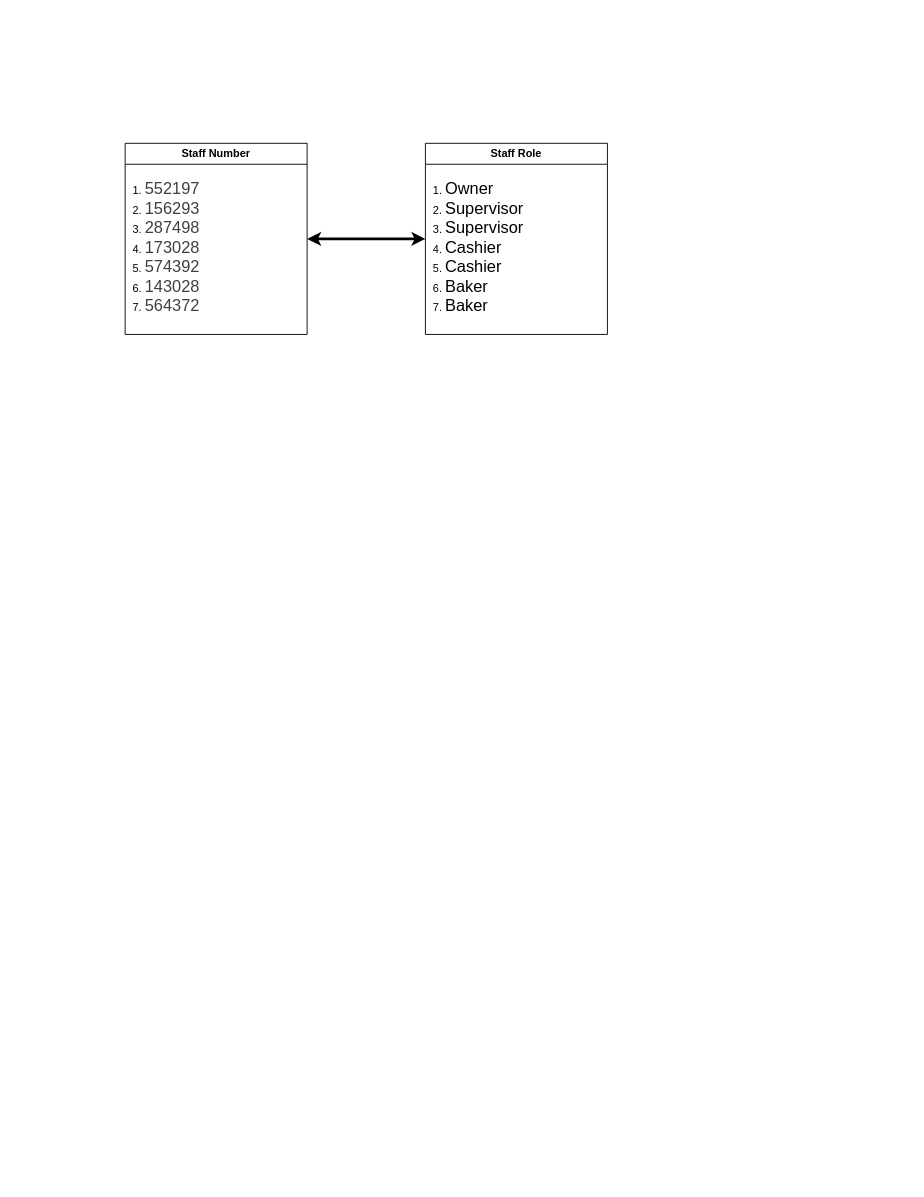
This is Conceptual_bakery.drawio from Kandor685/kayden-code, a draw.io file, before an edit. Source tidied: cells renumbered, new cells numbered last; positions are measured from the earlier drawing's top-left corner, leaving out a move shared by most shapes. Both pictures are drawn from the tidied source at 91%, with x=0, y=0 at pixel (106, 143).
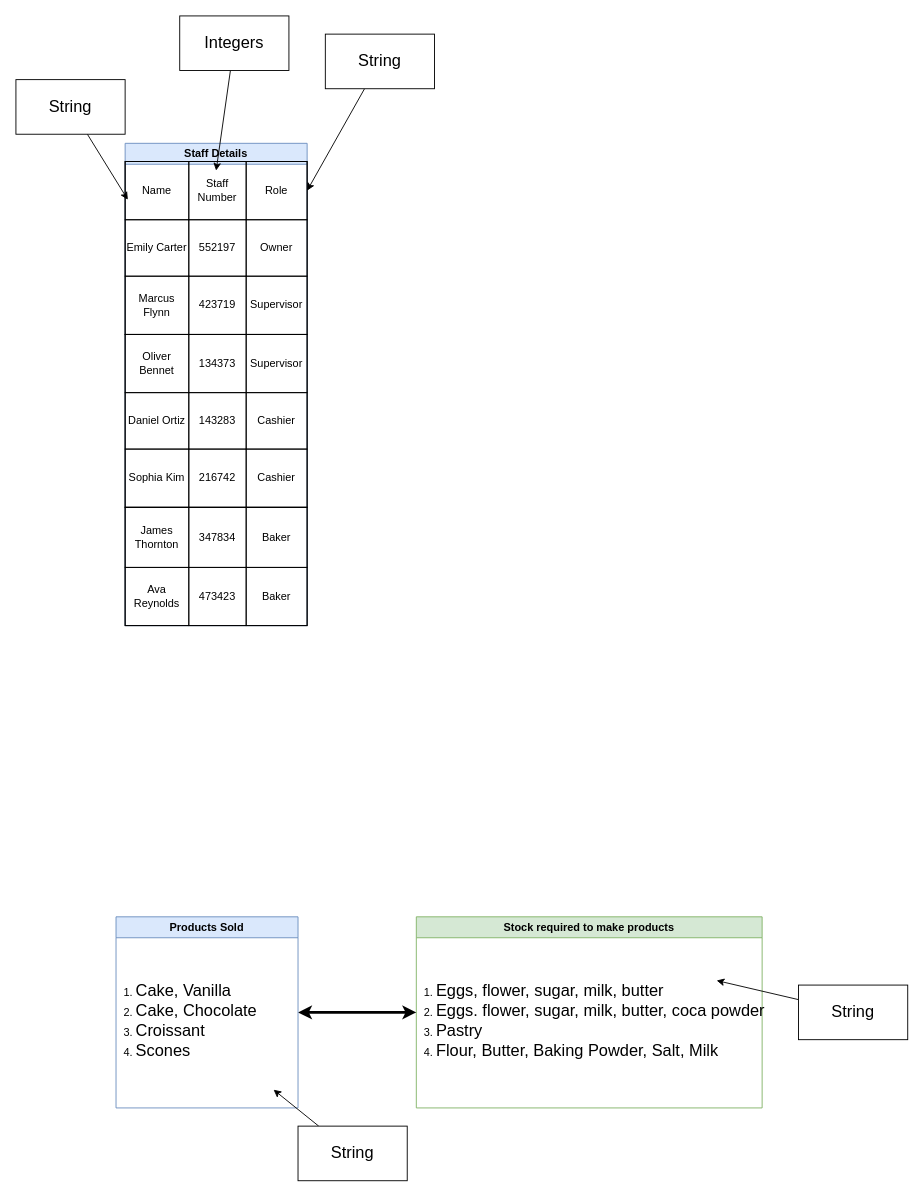
After the change.

What changed in the source:
```diff
@@
-    <mxCell id="2" value="Staff Role" style="swimlane;whiteSpace=wrap;html=1;" parent="1" vertex="1">
-      <mxGeometry x="350" width="200" height="210" as="geometry" />
-    </mxCell>
-    <mxCell id="3" value="&lt;ol&gt;&lt;li&gt;&lt;font style=&quot;font-size: 18px;&quot;&gt;Owner&lt;/font&gt;&lt;/li&gt;&lt;li&gt;&lt;font style=&quot;font-size: 18px;&quot;&gt;Supervisor&lt;/font&gt;&lt;/li&gt;&lt;li&gt;&lt;font style=&quot;font-size: 18px;&quot;&gt;Supervisor&lt;/font&gt;&lt;/li&gt;&lt;li&gt;&lt;font style=&quot;font-size: 18px;&quot;&gt;Cashier&lt;/font&gt;&lt;/li&gt;&lt;li&gt;&lt;font style=&quot;font-size: 18px;&quot;&gt;Cashier&lt;/font&gt;&lt;/li&gt;&lt;li&gt;&lt;font style=&quot;font-size: 18px;&quot;&gt;Baker&lt;/font&gt;&lt;/li&gt;&lt;li&gt;&lt;font style=&quot;font-size: 18px;&quot;&gt;Baker&lt;/font&gt;&lt;/li&gt;&lt;/ol&gt;" style="text;html=1;align=left;verticalAlign=middle;strokeColor=none;fillColor=none;" parent="2" vertex="1">
-      <mxGeometry x="-20" width="150" height="230" as="geometry" />
-    </mxCell>
-    <mxCell id="4" style="edgeStyle=none;html=1;entryX=0;entryY=0.5;entryDx=0;entryDy=0;startArrow=classic;startFill=1;strokeWidth=3;" parent="1" edge="1" source="5" target="2">
-      <mxGeometry relative="1" as="geometry" />
-    </mxCell>
-    <mxCell id="5" value="Staff Number" style="swimlane;whiteSpace=wrap;html=1;" parent="1" vertex="1">
-      <mxGeometry x="20" width="200" height="210" as="geometry" />
+    <mxCell id="5" value="Staff Details" style="swimlane;whiteSpace=wrap;html=1;fillColor=#dae8fc;strokeColor=#6c8ebf;" parent="1" vertex="1">
+      <mxGeometry x="20" width="200" height="530" as="geometry" />
     </mxCell>
-    <mxCell id="6" value="&lt;ol&gt;&lt;li&gt;&lt;span style=&quot;color: rgb(63, 63, 63); background-color: transparent;&quot;&gt;&lt;font style=&quot;font-size: 18px;&quot;&gt;552197&lt;/font&gt;&lt;/span&gt;&lt;/li&gt;&lt;li&gt;&lt;span style=&quot;color: rgb(63, 63, 63); background-color: transparent;&quot;&gt;&lt;font style=&quot;font-size: 18px;&quot;&gt;156293&lt;/font&gt;&lt;/span&gt;&lt;/li&gt;&lt;li&gt;&lt;span style=&quot;color: rgb(63, 63, 63); background-color: transparent;&quot;&gt;&lt;font style=&quot;font-size: 18px;&quot;&gt;287498&lt;/font&gt;&lt;/span&gt;&lt;/li&gt;&lt;li&gt;&lt;span style=&quot;color: rgb(63, 63, 63); background-color: transparent;&quot;&gt;&lt;font style=&quot;font-size: 18px;&quot;&gt;173028&lt;/font&gt;&lt;/span&gt;&lt;/li&gt;&lt;li&gt;&lt;span style=&quot;color: rgb(63, 63, 63); background-color: transparent;&quot;&gt;&lt;font style=&quot;font-size: 18px;&quot;&gt;574392&lt;/font&gt;&lt;/span&gt;&lt;/li&gt;&lt;li&gt;&lt;span style=&quot;color: rgb(63, 63, 63); background-color: transparent;&quot;&gt;&lt;font style=&quot;font-size: 18px;&quot;&gt;143028&lt;/font&gt;&lt;/span&gt;&lt;/li&gt;&lt;li&gt;&lt;span style=&quot;color: rgb(63, 63, 63); background-color: transparent;&quot;&gt;&lt;font style=&quot;font-size: 18px;&quot;&gt;564372&lt;/font&gt;&lt;/span&gt;&lt;/li&gt;&lt;/ol&gt;" style="text;html=1;align=left;verticalAlign=middle;strokeColor=none;fillColor=none;" parent="5" vertex="1">
-      <mxGeometry x="-20" width="120" height="230" as="geometry" />
-    </mxCell>
+    <mxCell id="7" style="childLayout=tableLayout;shadow=0;fillColor=none;" parent="5" vertex="1">
+      <mxGeometry y="20" width="200" height="190" as="geometry" />
+    </mxCell>
+    <mxCell id="8" style="shape=tableRow;horizontal=0;startSize=0;swimlaneHead=0;swimlaneBody=0;top=0;left=0;bottom=0;right=0;fontStyle=0;fillColor=none;strokeColor=inherit;" parent="7" vertex="1">
+      <mxGeometry width="200" height="64" as="geometry" />
+    </mxCell>
+    <mxCell id="9" value="Name" style="strokeColor=inherit;fillColor=none;align=center;whiteSpace=wrap;html=1;" parent="8" vertex="1">
+      <mxGeometry width="70" height="64" as="geometry" />
+    </mxCell>
+    <mxCell id="10" value="Staff Number" style="strokeColor=inherit;fillColor=none;align=center;whiteSpace=wrap;html=1;" parent="8" vertex="1">
+      <mxGeometry x="70" width="63" height="64" as="geometry" />
+    </mxCell>
+    <mxCell id="11" value="Role" style="strokeColor=inherit;fillColor=none;align=center;whiteSpace=wrap;html=1;" parent="8" vertex="1">
+      <mxGeometry x="133" width="67" height="64" as="geometry" />
+    </mxCell>
+    <mxCell id="12" style="shape=tableRow;horizontal=0;startSize=0;swimlaneHead=0;swimlaneBody=0;top=0;left=0;bottom=0;right=0;fontStyle=0;fillColor=none;strokeColor=inherit;" parent="7" vertex="1">
+      <mxGeometry y="64" width="200" height="62" as="geometry" />
+    </mxCell>
+    <mxCell id="13" value="Emily Carter" style="strokeColor=inherit;fillColor=none;align=center;whiteSpace=wrap;html=1;" parent="12" vertex="1">
+      <mxGeometry width="70" height="62" as="geometry" />
+    </mxCell>
+    <mxCell id="14" value="552197" style="strokeColor=inherit;fillColor=none;align=center;whiteSpace=wrap;html=1;" parent="12" vertex="1">
+      <mxGeometry x="70" width="63" height="62" as="geometry" />
+    </mxCell>
+    <mxCell id="15" value="Owner" style="strokeColor=inherit;fillColor=none;align=center;whiteSpace=wrap;html=1;" parent="12" vertex="1">
+      <mxGeometry x="133" width="67" height="62" as="geometry" />
+    </mxCell>
+    <mxCell id="16" style="shape=tableRow;horizontal=0;startSize=0;swimlaneHead=0;swimlaneBody=0;top=0;left=0;bottom=0;right=0;fontStyle=0;fillColor=none;strokeColor=inherit;" parent="7" vertex="1">
+      <mxGeometry y="126" width="200" height="64" as="geometry" />
+    </mxCell>
+    <mxCell id="17" value="Marcus Flynn" style="strokeColor=inherit;fillColor=none;align=center;whiteSpace=wrap;html=1;" parent="16" vertex="1">
+      <mxGeometry width="70" height="64" as="geometry" />
+    </mxCell>
+    <mxCell id="18" value="423719" style="strokeColor=inherit;fillColor=none;align=center;whiteSpace=wrap;html=1;" parent="16" vertex="1">
+      <mxGeometry x="70" width="63" height="64" as="geometry" />
+    </mxCell>
+    <mxCell id="19" value="Supervisor" style="strokeColor=inherit;fillColor=none;align=center;whiteSpace=wrap;html=1;" parent="16" vertex="1">
+      <mxGeometry x="133" width="67" height="64" as="geometry" />
+    </mxCell>
+    <mxCell id="20" style="childLayout=tableLayout;shadow=0;fillColor=none;" parent="5" vertex="1">
+      <mxGeometry y="210" width="200" height="190" as="geometry" />
+    </mxCell>
+    <mxCell id="21" style="shape=tableRow;horizontal=0;startSize=0;swimlaneHead=0;swimlaneBody=0;top=0;left=0;bottom=0;right=0;fontStyle=0;fillColor=none;strokeColor=inherit;" parent="20" vertex="1">
+      <mxGeometry width="200" height="64" as="geometry" />
+    </mxCell>
+    <mxCell id="22" value="Oliver Bennet" style="strokeColor=inherit;fillColor=none;align=center;whiteSpace=wrap;html=1;" parent="21" vertex="1">
+      <mxGeometry width="70" height="64" as="geometry" />
+    </mxCell>
+    <mxCell id="23" value="134373" style="strokeColor=inherit;fillColor=none;align=center;whiteSpace=wrap;html=1;" parent="21" vertex="1">
+      <mxGeometry x="70" width="63" height="64" as="geometry" />
+    </mxCell>
+    <mxCell id="24" value="Supervisor" style="strokeColor=inherit;fillColor=none;align=center;whiteSpace=wrap;html=1;" parent="21" vertex="1">
+      <mxGeometry x="133" width="67" height="64" as="geometry" />
+    </mxCell>
+    <mxCell id="25" style="shape=tableRow;horizontal=0;startSize=0;swimlaneHead=0;swimlaneBody=0;top=0;left=0;bottom=0;right=0;fontStyle=0;fillColor=none;strokeColor=inherit;" parent="20" vertex="1">
+      <mxGeometry y="64" width="200" height="62" as="geometry" />
+    </mxCell>
+    <mxCell id="26" value="Daniel Ortiz" style="strokeColor=inherit;fillColor=none;align=center;whiteSpace=wrap;html=1;" parent="25" vertex="1">
+      <mxGeometry width="70" height="62" as="geometry" />
+    </mxCell>
+    <mxCell id="27" value="143283" style="strokeColor=inherit;fillColor=none;align=center;whiteSpace=wrap;html=1;" parent="25" vertex="1">
+      <mxGeometry x="70" width="63" height="62" as="geometry" />
+    </mxCell>
+    <mxCell id="28" value="Cashier" style="strokeColor=inherit;fillColor=none;align=center;whiteSpace=wrap;html=1;" parent="25" vertex="1">
+      <mxGeometry x="133" width="67" height="62" as="geometry" />
+    </mxCell>
+    <mxCell id="29" style="shape=tableRow;horizontal=0;startSize=0;swimlaneHead=0;swimlaneBody=0;top=0;left=0;bottom=0;right=0;fontStyle=0;fillColor=none;strokeColor=inherit;" parent="20" vertex="1">
+      <mxGeometry y="126" width="200" height="64" as="geometry" />
+    </mxCell>
+    <mxCell id="30" value="Sophia Kim" style="strokeColor=inherit;fillColor=none;align=center;whiteSpace=wrap;html=1;" parent="29" vertex="1">
+      <mxGeometry width="70" height="64" as="geometry" />
+    </mxCell>
+    <mxCell id="31" value="216742" style="strokeColor=inherit;fillColor=none;align=center;whiteSpace=wrap;html=1;" parent="29" vertex="1">
+      <mxGeometry x="70" width="63" height="64" as="geometry" />
+    </mxCell>
+    <mxCell id="32" value="Cashier" style="strokeColor=inherit;fillColor=none;align=center;whiteSpace=wrap;html=1;" parent="29" vertex="1">
+      <mxGeometry x="133" width="67" height="64" as="geometry" />
+    </mxCell>
+    <mxCell id="33" style="childLayout=tableLayout;shadow=0;fillColor=none;" parent="5" vertex="1">
+      <mxGeometry y="400" width="200" height="130" as="geometry" />
+    </mxCell>
+    <mxCell id="34" style="shape=tableRow;horizontal=0;startSize=0;swimlaneHead=0;swimlaneBody=0;top=0;left=0;bottom=0;right=0;fontStyle=0;fillColor=none;strokeColor=inherit;" parent="33" vertex="1">
+      <mxGeometry width="200" height="66" as="geometry" />
+    </mxCell>
+    <mxCell id="35" value="James Thornton" style="strokeColor=inherit;fillColor=none;align=center;whiteSpace=wrap;html=1;" parent="34" vertex="1">
+      <mxGeometry width="70" height="66" as="geometry" />
+    </mxCell>
+    <mxCell id="36" value="347834" style="strokeColor=inherit;fillColor=none;align=center;whiteSpace=wrap;html=1;" parent="34" vertex="1">
+      <mxGeometry x="70" width="63" height="66" as="geometry" />
+    </mxCell>
+    <mxCell id="37" value="Baker" style="strokeColor=inherit;fillColor=none;align=center;whiteSpace=wrap;html=1;" parent="34" vertex="1">
+      <mxGeometry x="133" width="67" height="66" as="geometry" />
+    </mxCell>
+    <mxCell id="38" style="shape=tableRow;horizontal=0;startSize=0;swimlaneHead=0;swimlaneBody=0;top=0;left=0;bottom=0;right=0;fontStyle=0;fillColor=none;strokeColor=inherit;" parent="33" vertex="1">
+      <mxGeometry y="66" width="200" height="64" as="geometry" />
+    </mxCell>
+    <mxCell id="39" value="Ava Reynolds" style="strokeColor=inherit;fillColor=none;align=center;whiteSpace=wrap;html=1;" parent="38" vertex="1">
+      <mxGeometry width="70" height="64" as="geometry" />
+    </mxCell>
+    <mxCell id="40" value="473423" style="strokeColor=inherit;fillColor=none;align=center;whiteSpace=wrap;html=1;" parent="38" vertex="1">
+      <mxGeometry x="70" width="63" height="64" as="geometry" />
+    </mxCell>
+    <mxCell id="41" value="Baker" style="strokeColor=inherit;fillColor=none;align=center;whiteSpace=wrap;html=1;" parent="38" vertex="1">
+      <mxGeometry x="133" width="67" height="64" as="geometry" />
+    </mxCell>
+    <mxCell id="42" value="Stock required to make products" style="swimlane;whiteSpace=wrap;html=1;fillColor=#d5e8d4;strokeColor=#82b366;" parent="1" vertex="1">
+      <mxGeometry x="340" y="850" width="380" height="210" as="geometry" />
+    </mxCell>
+    <mxCell id="43" value="&lt;ol&gt;&lt;li&gt;&lt;span style=&quot;font-size: 18px;&quot;&gt;Eggs, flower, sugar, milk, butter&lt;/span&gt;&lt;/li&gt;&lt;li&gt;&lt;span style=&quot;font-size: 18px;&quot;&gt;Eggs. flower, sugar, milk, butter, coca powder&lt;/span&gt;&lt;/li&gt;&lt;li&gt;&lt;span style=&quot;font-size: 18px;&quot;&gt;Pastry&lt;/span&gt;&lt;/li&gt;&lt;li&gt;&lt;span style=&quot;font-size: 18px;&quot;&gt;Flour, Butter, Baking Powder, Salt, Milk&lt;/span&gt;&lt;/li&gt;&lt;/ol&gt;" style="text;html=1;align=left;verticalAlign=middle;strokeColor=none;fillColor=none;" parent="42" vertex="1">
+      <mxGeometry x="-20" y="40" width="420" height="150" as="geometry" />
+    </mxCell>
+    <mxCell id="44" style="edgeStyle=none;html=1;entryX=0;entryY=0.5;entryDx=0;entryDy=0;startArrow=classic;startFill=1;strokeWidth=3;" parent="1" edge="1" source="45" target="42">
+      <mxGeometry relative="1" as="geometry" />
+    </mxCell>
+    <mxCell id="45" value="Products Sold" style="swimlane;whiteSpace=wrap;html=1;fillColor=#dae8fc;strokeColor=#6c8ebf;" parent="1" vertex="1">
+      <mxGeometry x="10" y="850" width="200" height="210" as="geometry" />
+    </mxCell>
+    <mxCell id="46" value="&lt;ol&gt;&lt;li&gt;&lt;span style=&quot;font-size: 18px;&quot;&gt;Cake, Vanilla&lt;/span&gt;&lt;/li&gt;&lt;li&gt;&lt;span style=&quot;font-size: 18px;&quot;&gt;Cake, Chocolate&lt;/span&gt;&lt;/li&gt;&lt;li&gt;&lt;span style=&quot;font-size: 18px;&quot;&gt;Croissant&lt;/span&gt;&lt;/li&gt;&lt;li&gt;&lt;span style=&quot;font-size: 18px;&quot;&gt;Scones&lt;/span&gt;&lt;/li&gt;&lt;/ol&gt;" style="text;html=1;align=left;verticalAlign=middle;points=[];strokeColor=none;fillColor=none;" parent="45" vertex="1">
+      <mxGeometry x="-20" y="40" width="200" height="150" as="geometry" />
+    </mxCell>
+    <mxCell id="47" style="edgeStyle=none;html=1;" parent="1" edge="1" source="48">
+      <mxGeometry relative="1" as="geometry">
+        <mxPoint x="120" y="30" as="targetPoint" />
+      </mxGeometry>
+    </mxCell>
+    <mxCell id="48" value="&lt;font style=&quot;font-size: 18px;&quot;&gt;Integers&lt;/font&gt;" style="rounded=0;whiteSpace=wrap;html=1;" parent="1" vertex="1">
+      <mxGeometry x="80" y="-140" width="120" height="60" as="geometry" />
+    </mxCell>
+    <mxCell id="49" style="edgeStyle=none;html=1;entryX=0.015;entryY=0.656;entryDx=0;entryDy=0;entryPerimeter=0;" parent="1" edge="1" source="50" target="8">
+      <mxGeometry relative="1" as="geometry" />
+    </mxCell>
+    <mxCell id="50" value="&lt;font style=&quot;font-size: 18px;&quot;&gt;String&lt;/font&gt;" style="rounded=0;whiteSpace=wrap;html=1;" parent="1" vertex="1">
+      <mxGeometry x="-100" y="-70" width="120" height="60" as="geometry" />
+    </mxCell>
+    <mxCell id="51" style="edgeStyle=none;html=1;" parent="1" edge="1" source="52" target="46">
+      <mxGeometry relative="1" as="geometry" />
+    </mxCell>
+    <mxCell id="52" value="&lt;font style=&quot;font-size: 18px;&quot;&gt;String&lt;/font&gt;" style="rounded=0;whiteSpace=wrap;html=1;" parent="1" vertex="1">
+      <mxGeometry x="210" y="1080" width="120" height="60" as="geometry" />
+    </mxCell>
+    <mxCell id="53" style="edgeStyle=none;html=1;" parent="1" edge="1" source="54">
+      <mxGeometry relative="1" as="geometry">
+        <mxPoint x="670" y="920" as="targetPoint" />
+      </mxGeometry>
+    </mxCell>
+    <mxCell id="54" value="&lt;font style=&quot;font-size: 18px;&quot;&gt;String&lt;/font&gt;" style="rounded=0;whiteSpace=wrap;html=1;" parent="1" vertex="1">
+      <mxGeometry x="760" y="925" width="120" height="60" as="geometry" />
+    </mxCell>
+    <mxCell id="55" style="edgeStyle=none;html=1;entryX=1;entryY=0.5;entryDx=0;entryDy=0;" parent="1" edge="1" source="56" target="8">
+      <mxGeometry relative="1" as="geometry" />
+    </mxCell>
+    <mxCell id="56" value="&lt;font style=&quot;font-size: 18px;&quot;&gt;String&lt;/font&gt;" style="rounded=0;whiteSpace=wrap;html=1;" parent="1" vertex="1">
+      <mxGeometry x="240" y="-120" width="120" height="60" as="geometry" />
+    </mxCell>
```
